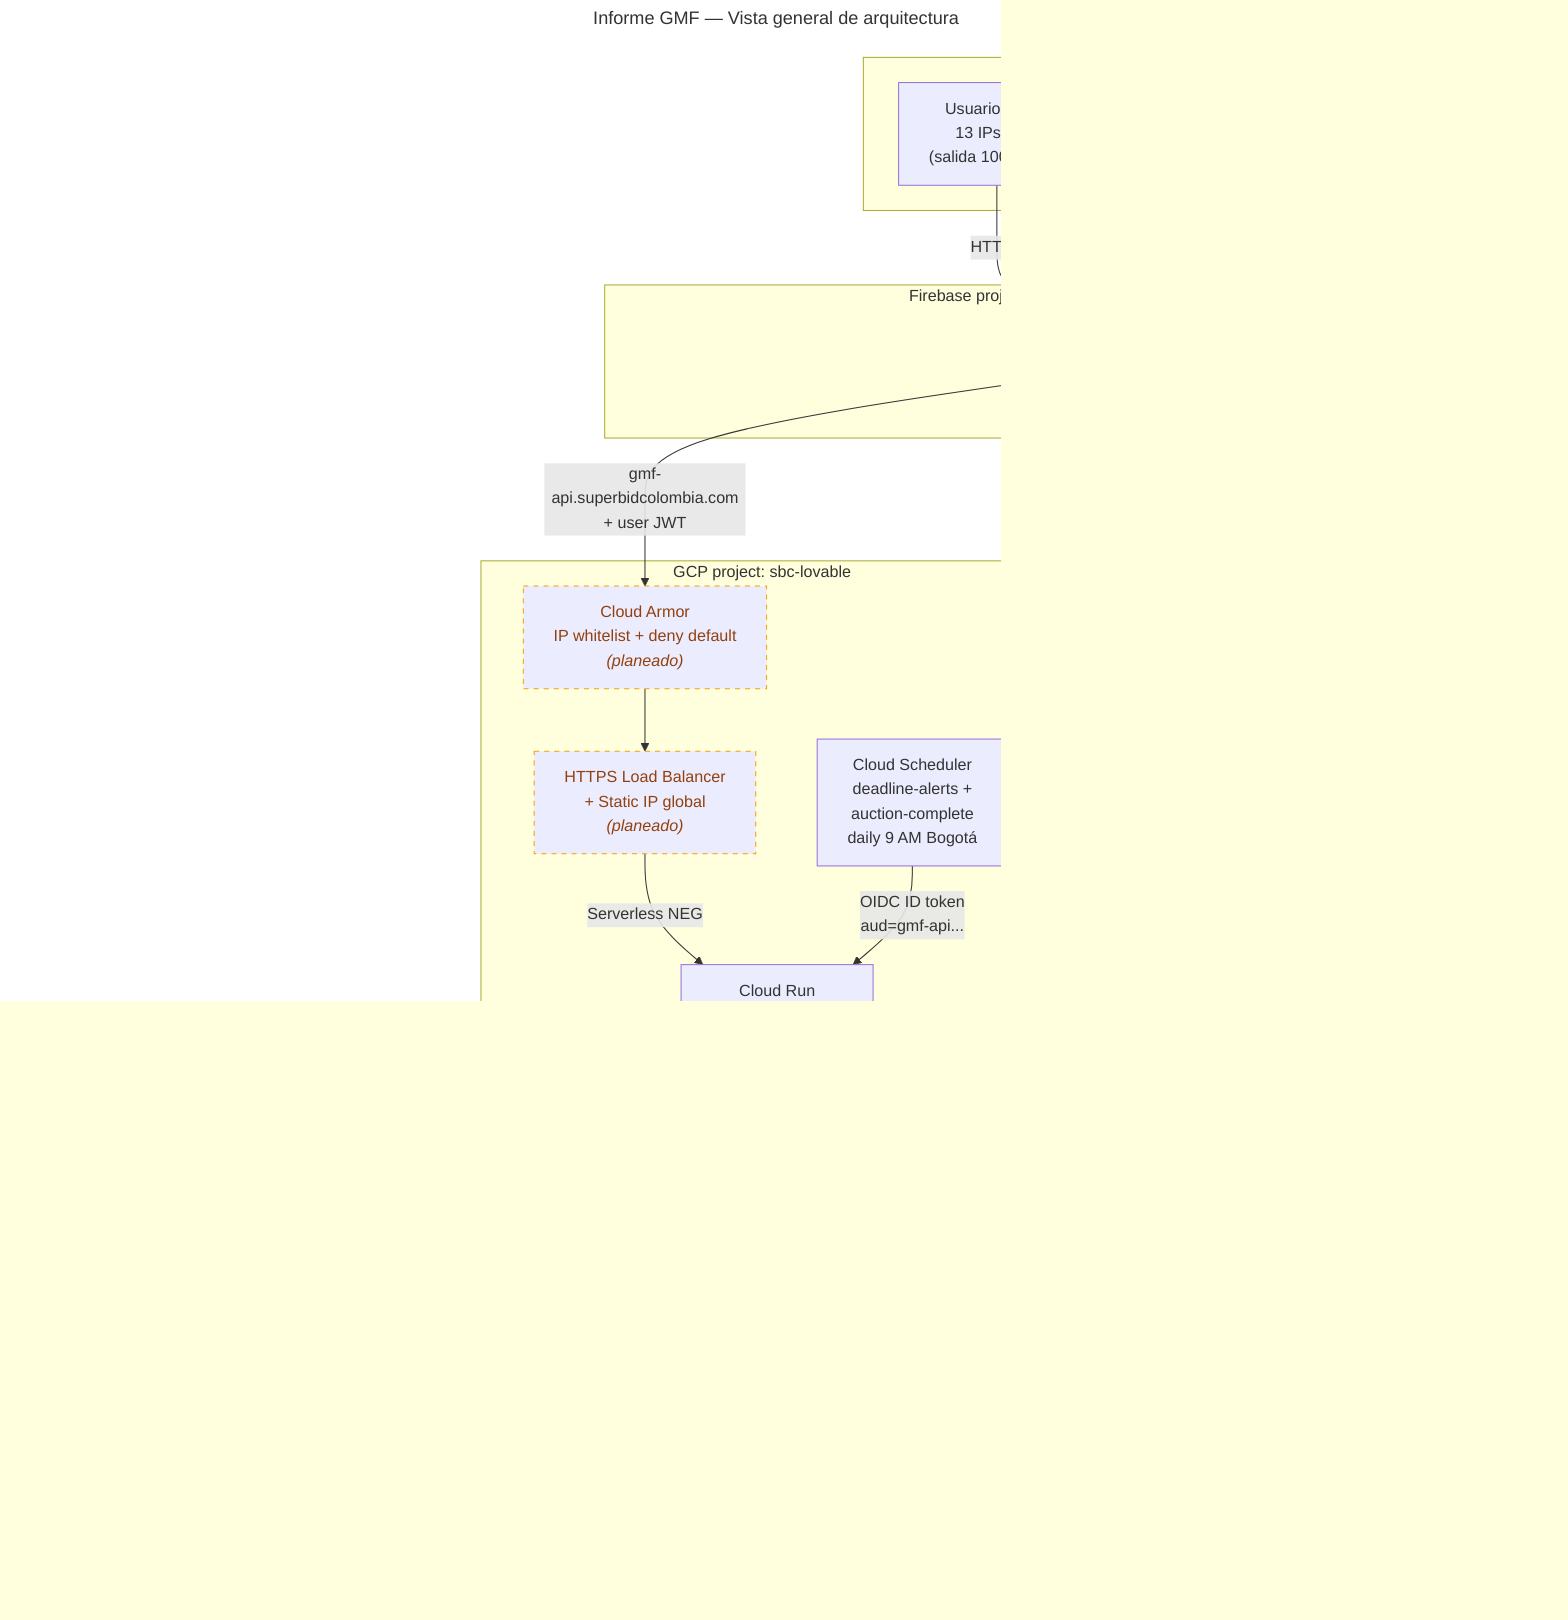
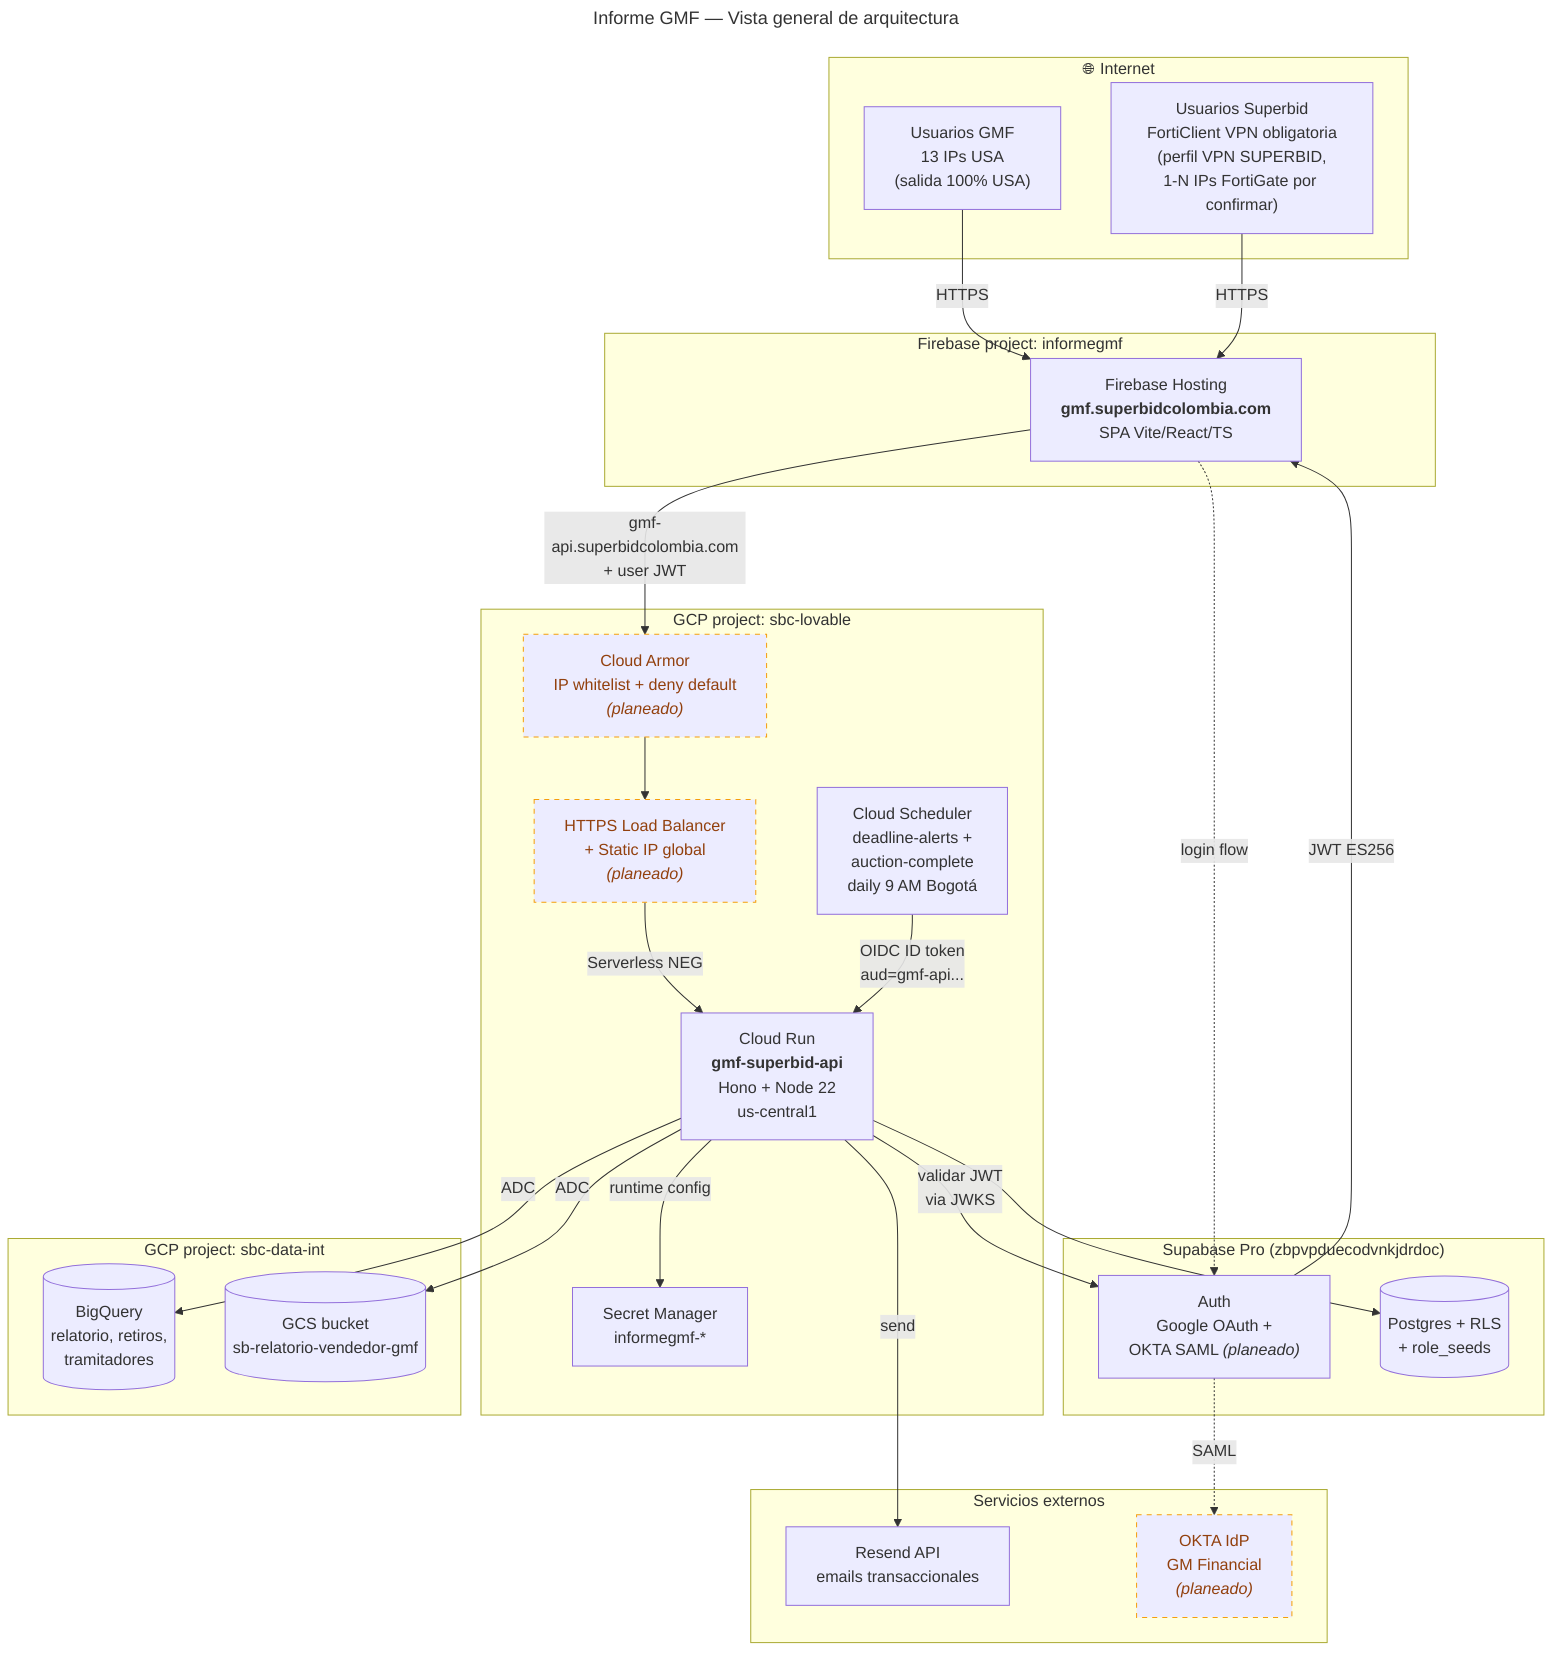
---
title: Informe GMF — Vista general de arquitectura
---
flowchart TB
    subgraph internet["🌐 Internet"]
        userGMF["Usuarios GMF<br/>13 IPs USA<br/>(salida 100% USA)"]
-         userSB["Usuarios Superbid<br/>IPs corporativas<br/><i>(por confirmar)</i>"]
+         userSB["Usuarios Superbid<br/>FortiClient VPN obligatoria<br/>(perfil VPN SUPERBID,<br/>1-N IPs FortiGate por confirmar)"]
    end

    subgraph fb["Firebase project: informegmf"]
        fh["Firebase Hosting<br/><b>gmf.superbidcolombia.com</b><br/>SPA Vite/React/TS"]
    end

    subgraph gcp_lov["GCP project: sbc-lovable"]
        ca["Cloud Armor<br/>IP whitelist + deny default<br/><i>(planeado)</i>"]
        lb["HTTPS Load Balancer<br/>+ Static IP global<br/><i>(planeado)</i>"]
        cr["Cloud Run<br/><b>gmf-superbid-api</b><br/>Hono + Node 22<br/>us-central1"]
        sm["Secret Manager<br/>informegmf-*"]
        sched["Cloud Scheduler<br/>deadline-alerts +<br/>auction-complete<br/>daily 9 AM Bogotá"]
    end

    subgraph supa["Supabase Pro (zbpvpduecodvnkjdrdoc)"]
        sauth["Auth<br/>Google OAuth +<br/>OKTA SAML <i>(planeado)</i>"]
        sdb[("Postgres + RLS<br/>+ role_seeds")]
    end

    subgraph gcp_data["GCP project: sbc-data-int"]
        bq[("BigQuery<br/>relatorio, retiros,<br/>tramitadores")]
        gcs[("GCS bucket<br/>sb-relatorio-vendedor-gmf")]
    end

    subgraph external["Servicios externos"]
        resend["Resend API<br/>emails transaccionales"]
        okta["OKTA IdP<br/>GM Financial<br/><i>(planeado)</i>"]
    end

    userGMF -->|HTTPS| fh
    userSB -->|HTTPS| fh
    fh -->|"gmf-api.superbidcolombia.com<br/>+ user JWT"| ca
    ca --> lb
    lb -->|Serverless NEG| cr

    fh -.->|login flow| sauth
    sauth -.->|SAML| okta
    sauth -->|JWT ES256| fh

    cr -->|validar JWT<br/>via JWKS| sauth
    cr --> sdb
    cr -->|ADC| bq
    cr -->|ADC| gcs
    cr -->|runtime config| sm
    cr -->|send| resend

    sched -->|OIDC ID token<br/>aud=gmf-api...| cr

    classDef planned stroke-dasharray:5 5,stroke:#f59e0b,color:#92400e
    class ca,lb,okta planned
